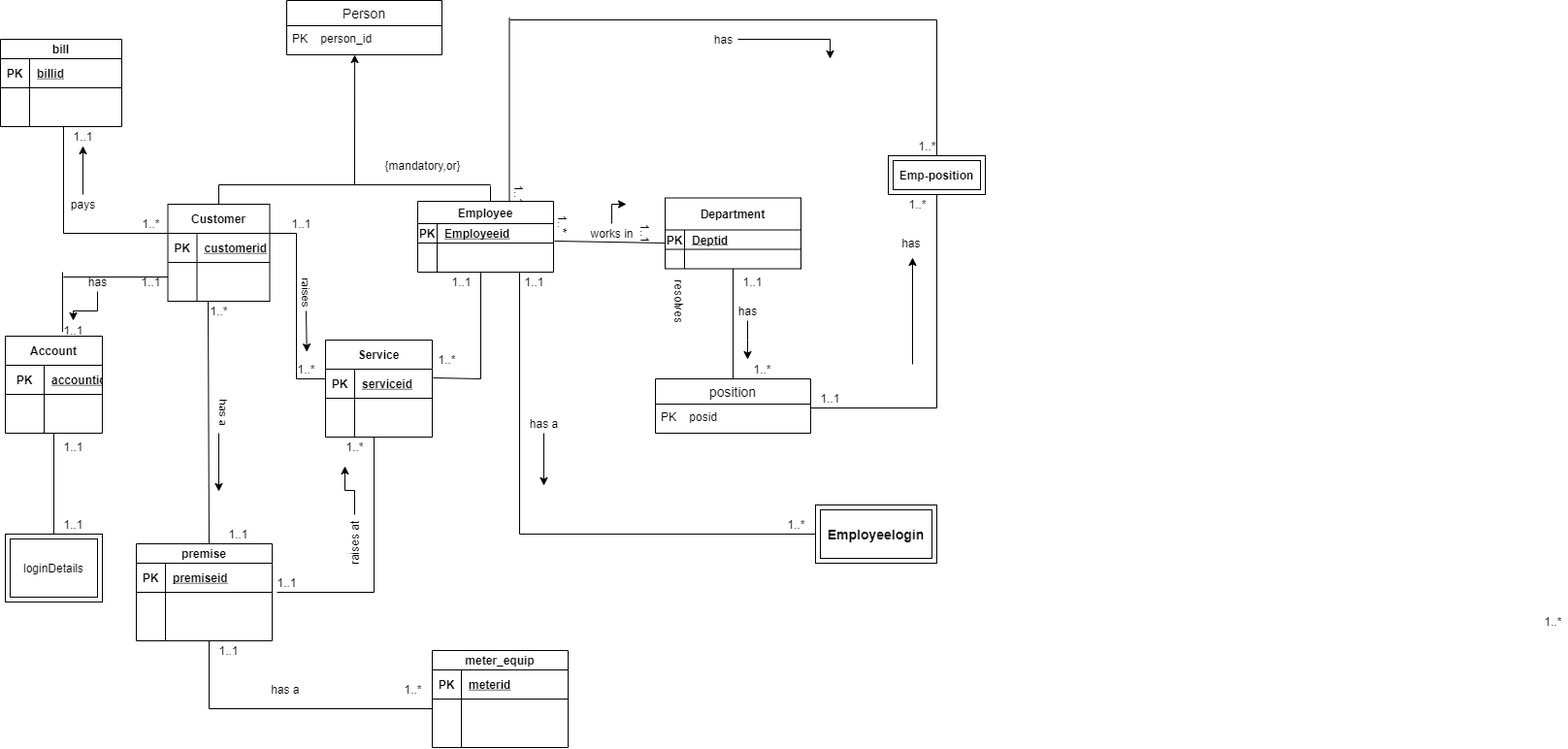
Before: Mobile Electricity deposit-Page-7.png, a diagram exported from draw.io (Muslimah123/Database-final-exams). Source tidied: cells renumbered, new cells last; positions are measured from the earlier drawing's top-left corner, leaving out a move shared by most shapes.
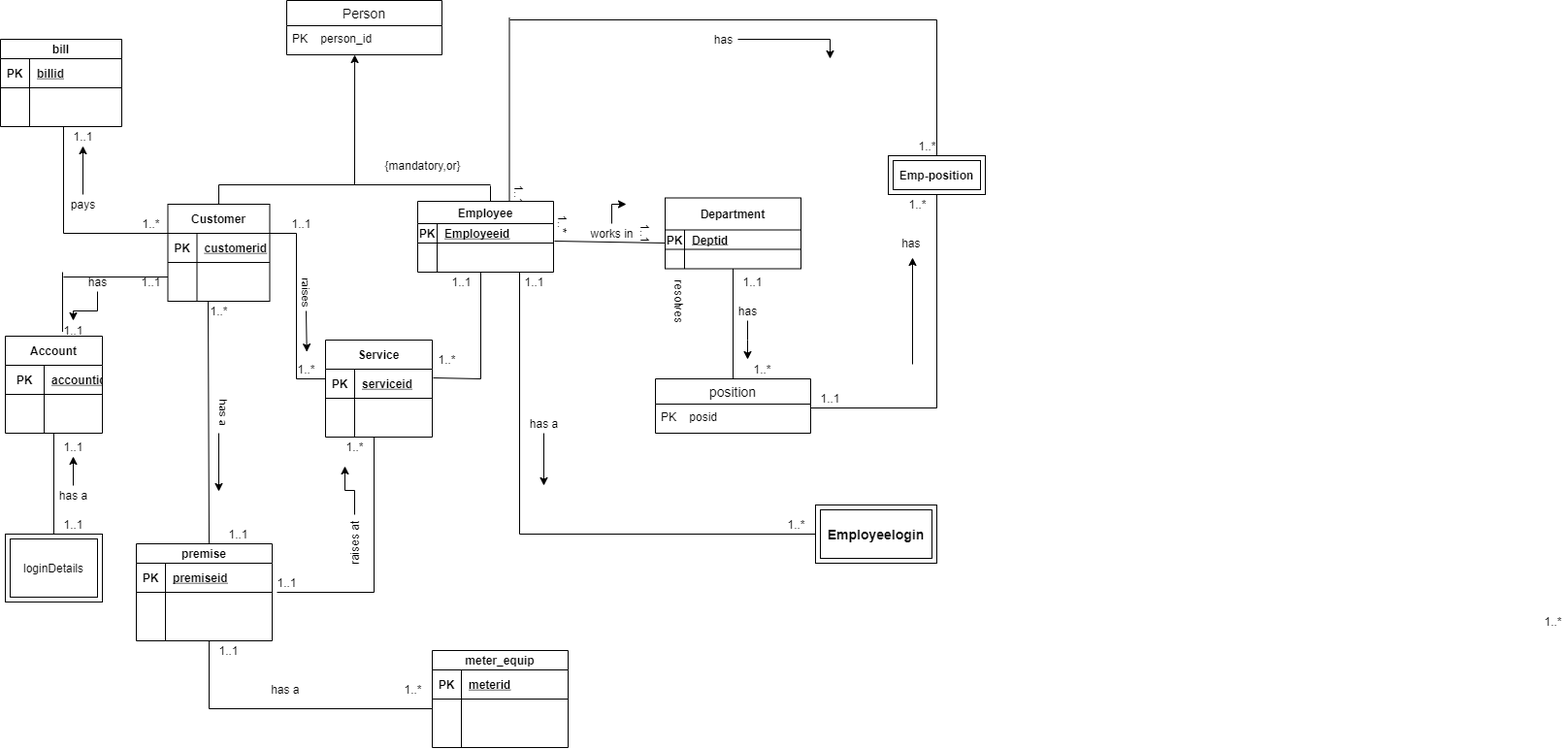
After the change.

The edit, as a diff of the source:
```diff
@@ -501,6 +501,11 @@
     <mxCell id="133" value="&lt;font style=&quot;font-size: 14px&quot;&gt;&lt;b&gt;Employeelogin&lt;/b&gt;&lt;/font&gt;" style="shape=ext;margin=3;double=1;whiteSpace=wrap;html=1;align=center;" parent="1" vertex="1">
       <mxGeometry x="840" y="520" width="125" height="60" as="geometry" />
     </mxCell>
+    <mxCell id="143" style="edgeStyle=orthogonalEdgeStyle;rounded=0;jettySize=auto;html=1;" parent="1" edge="1" target="135">
+      <mxGeometry relative="1" as="geometry">
+        <mxPoint x="75" y="500" as="sourcePoint" />
+      </mxGeometry>
+    </mxCell>
     <mxCell id="134" value="1..1" style="text;html=1;align=center;verticalAlign=middle;strokeColor=none;" parent="1" vertex="1">
       <mxGeometry x="55" y="530" width="40" height="20" as="geometry" />
     </mxCell>
@@ -528,5 +533,8 @@
     <mxCell id="142" style="shape=partialRectangle;fillColor=none;top=0;left=0;bottom=0;right=0;align=left;spacingLeft=6;overflow=hidden;" parent="140" vertex="1">
       <mxGeometry x="30" width="110" height="30" as="geometry" />
     </mxCell>
+    <mxCell id="144" value="has a" style="text;html=1;align=center;verticalAlign=middle;strokeColor=none;" parent="1" vertex="1">
+      <mxGeometry x="55" y="500" width="40" height="20" as="geometry" />
+    </mxCell>
   </root>
 </mxGraphModel>
```
